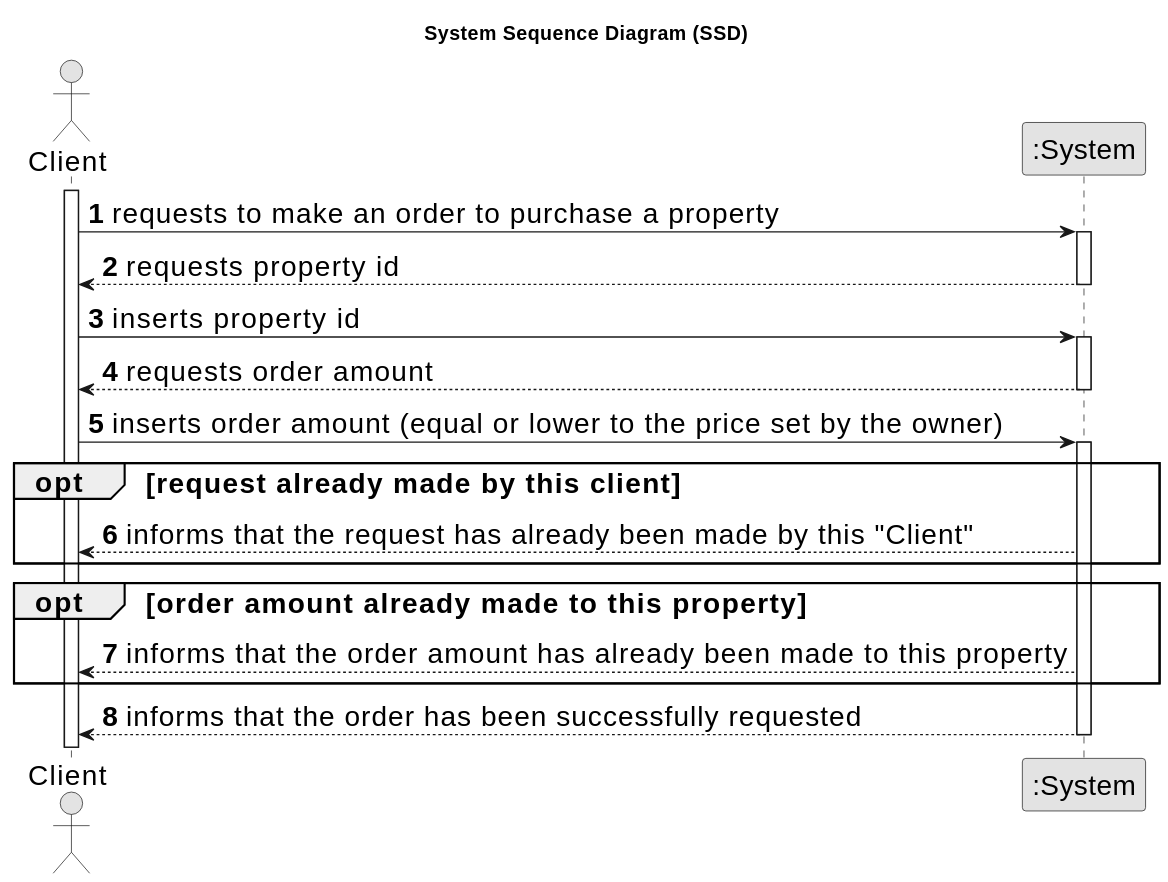
Goncalves2525/real-estate-management-system keeps this PlantUML diagram as docs/sprintC/us010/01.requirements-engineering/svg/us010-system-sequence-diagram.svg. Above is the earlier version. Source of this version:
```plantuml
@startuml
skinparamlocked defaultFontSize 20
skinparam monochrome true
skinparam packageStyle rectangle
skinparam shadowing false

title System Sequence Diagram (SSD)

autonumber

actor "Client" as Client
participant ":System" as System

activate Client

    Client -> System : requests to make an order to purchase a property
    activate System

    System --> Client : requests property id
    deactivate System

    Client -> System : inserts property id
    activate System

    System --> Client : requests order amount
    deactivate System

    Client -> System : inserts order amount (equal or lower to the price set by the owner)
    activate System

    opt request already made by this client
           System --> Client : informs that the request has already been made by this "Client"
    end

    opt order amount already made to this property
           System --> Client : informs that the order amount has already been made to this property
    end

    System --> Client : informs that the order has been successfully requested
    deactivate System
@enduml
```
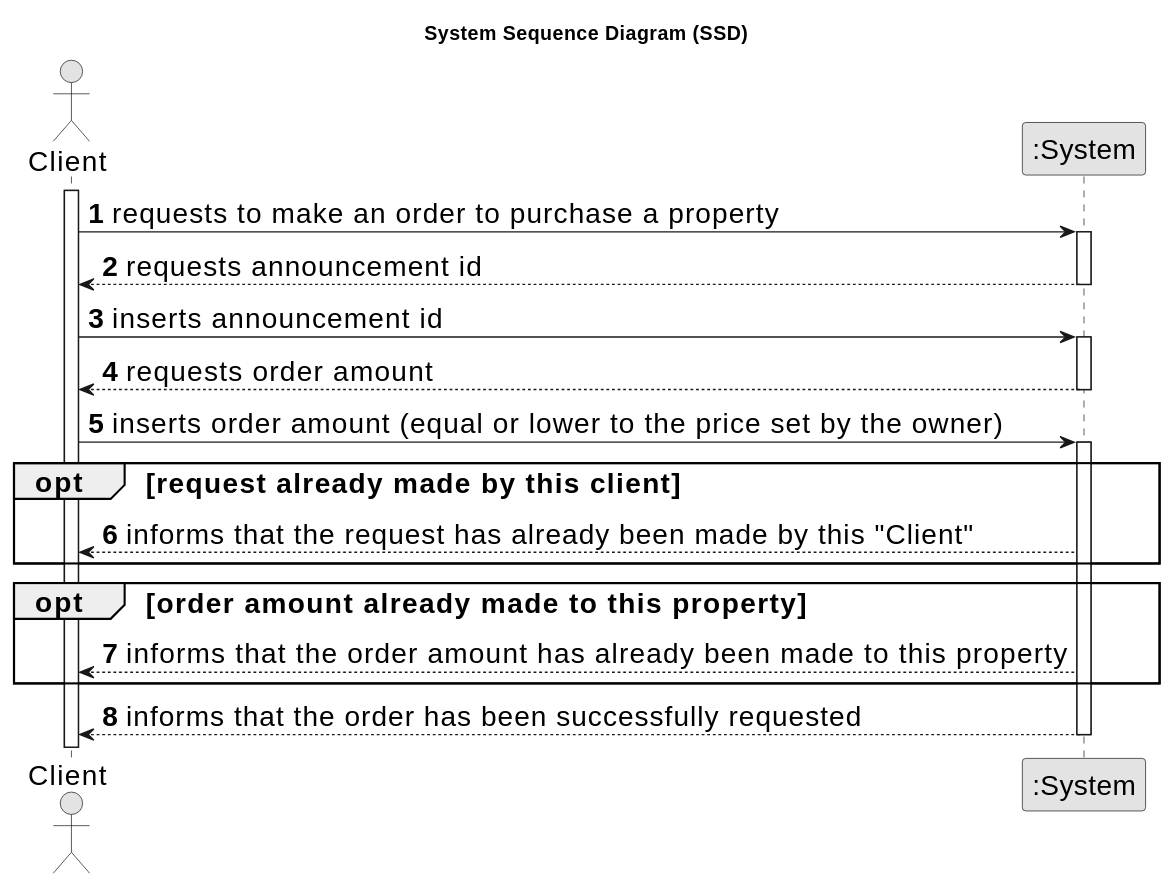
The same file after the commit.

Diff of the diagram source:
```diff
@@ -16,10 +16,10 @@
     Client -> System : requests to make an order to purchase a property
     activate System
 
-    System --> Client : requests property id
+    System --> Client : requests announcement id
     deactivate System
 
-    Client -> System : inserts property id
+    Client -> System : inserts announcement id
     activate System
 
     System --> Client : requests order amount
```
